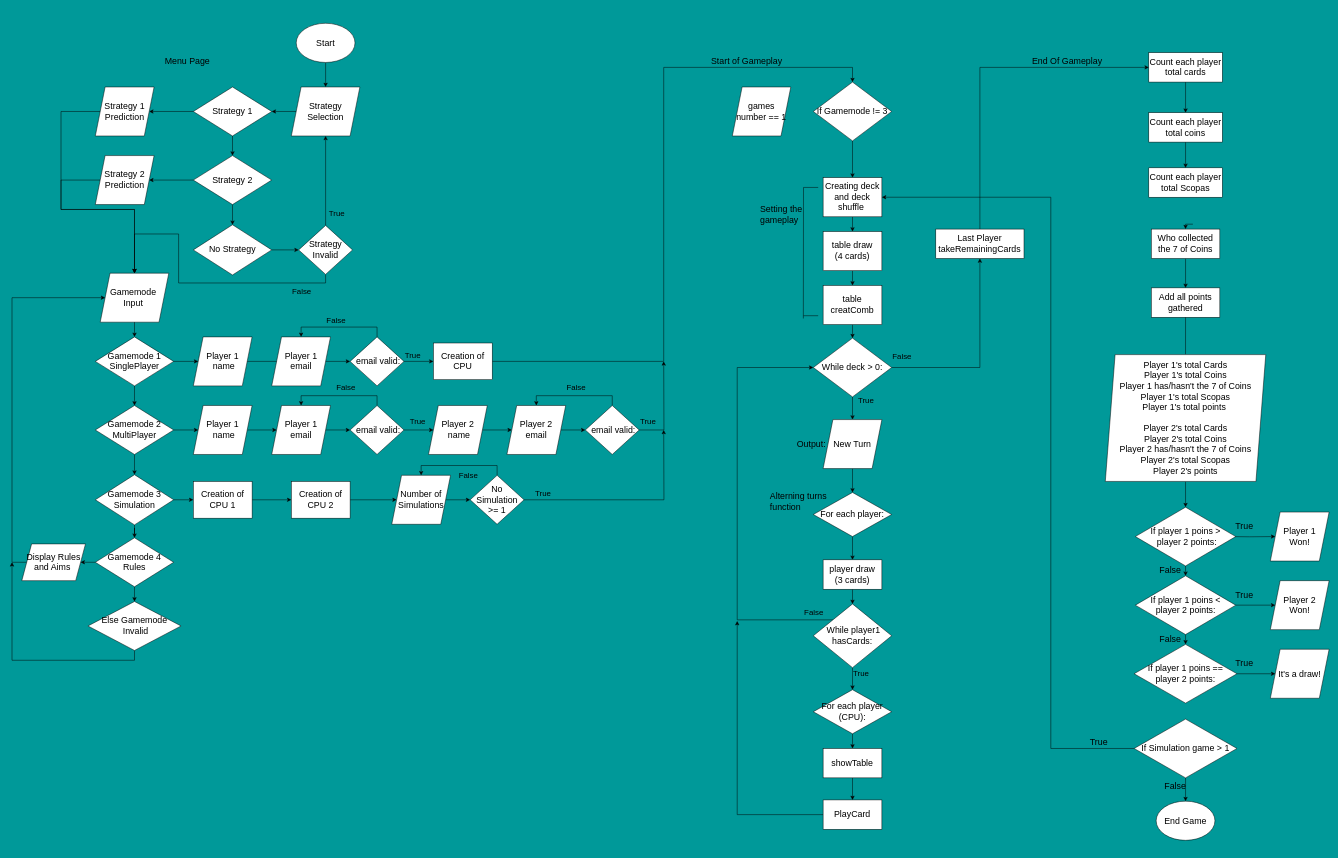
Before: page "Scopa Card Game" (1 of 5) of Scopa python game/Scopa Game flowchart/Scopa Game Flowchart.drawio in ABellassai/ACC-AlessandroB2, a draw.io diagram. Source tidied: cells renumbered, new cells numbered last; positions are measured from the earlier drawing's top-left corner, leaving out a move shared by most shapes. Both pictures are drawn from the tidied source at 49%, with x=0, y=0 at pixel (12, 23).
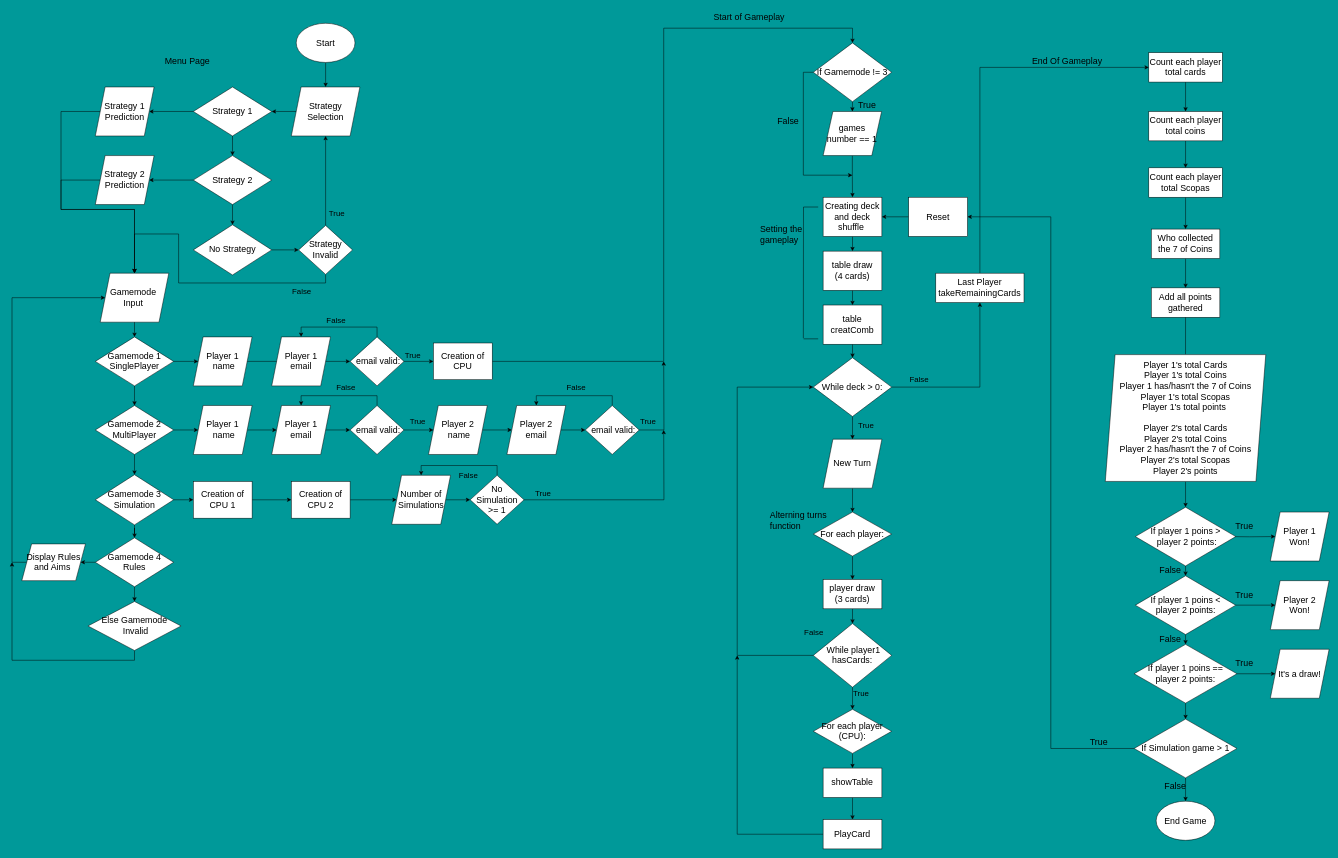
After the change.

The change refers to these unchanged cells:
```xml
<mxCell id="5" value="Creation of CPU" style="rounded=0;whiteSpace=wrap;html=1;fontSize=18;" parent="1" vertex="1">
  <mxGeometry x="860" y="652.5" width="120" height="75" as="geometry" />
</mxCell>
<mxCell id="90" value="Count each player total Scopas" style="rounded=0;whiteSpace=wrap;html=1;fontSize=18;" parent="1" vertex="1">
  <mxGeometry x="2320" y="295" width="150" height="60" as="geometry" />
</mxCell>
<mxCell id="101" value="&lt;span style=&quot;font-size: 18px;&quot;&gt;If player 1 poins == &lt;br&gt;player 2 points:&lt;/span&gt;" style="rhombus;whiteSpace=wrap;html=1;" parent="1" vertex="1">
  <mxGeometry x="2290" y="1267.5" width="210" height="120" as="geometry" />
</mxCell>
<mxCell id="116" value="Who collected the 7 of Coins" style="rounded=0;whiteSpace=wrap;html=1;fontSize=18;" parent="1" vertex="1">
  <mxGeometry x="2325" y="420" width="140" height="60" as="geometry" />
</mxCell>
<mxCell id="154" value="&lt;span style=&quot;font-size: 18px;&quot;&gt;If Simulation game &amp;gt; 1&lt;/span&gt;" style="rhombus;whiteSpace=wrap;html=1;" parent="1" vertex="1">
  <mxGeometry x="2290" y="1420" width="210" height="120" as="geometry" />
</mxCell>
```

Diff of the diagram source:
```diff
@@
     <mxCell id="4" style="edgeStyle=orthogonalEdgeStyle;rounded=0;jettySize=auto;html=1;exitX=1;exitY=0.5;exitDx=0;exitDy=0;entryX=0.5;entryY=0;entryDx=0;entryDy=0;" parent="1" edge="1" source="5" target="148">
       <mxGeometry relative="1" as="geometry">
         <Array as="points">
           <mxPoint x="1330" y="690" />
-          <mxPoint x="1330" y="90" />
-          <mxPoint x="1715" y="90" />
+          <mxPoint x="1330" y="10" />
+          <mxPoint x="1715" y="10" />
         </Array>
       </mxGeometry>
     </mxCell>
@@
     <mxCell id="77" value="Creating deck and deck shuffle&amp;nbsp;" style="rounded=0;whiteSpace=wrap;html=1;fontSize=18;" parent="1" vertex="1">
-      <mxGeometry x="1655.3" y="315" width="120" height="80" as="geometry" />
+      <mxGeometry x="1655.3" y="355" width="120" height="80" as="geometry" />
     </mxCell>
@@
     <mxCell id="79" value="table draw &lt;br&gt;(4 cards)" style="rounded=0;whiteSpace=wrap;html=1;fontSize=18;" parent="1" vertex="1">
-      <mxGeometry x="1655.3" y="425" width="120" height="80" as="geometry" />
+      <mxGeometry x="1655.3" y="465" width="120" height="80" as="geometry" />
     </mxCell>
@@
     <mxCell id="81" value="table creatComb" style="rounded=0;whiteSpace=wrap;html=1;fontSize=18;" parent="1" vertex="1">
-      <mxGeometry x="1655.3" y="535" width="120" height="80" as="geometry" />
+      <mxGeometry x="1655.3" y="575" width="120" height="80" as="geometry" />
     </mxCell>
@@
     <mxCell id="84" value="&lt;font style=&quot;font-size: 18px;&quot;&gt;While deck &amp;gt; 0:&lt;/font&gt;" style="rhombus;whiteSpace=wrap;html=1;" parent="1" vertex="1">
-      <mxGeometry x="1635.3" y="642.5" width="160" height="120" as="geometry" />
+      <mxGeometry x="1635.3" y="682.5" width="160" height="120" as="geometry" />
     </mxCell>
-    <mxCell id="85" style="edgeStyle=orthogonalEdgeStyle;rounded=0;jettySize=auto;html=1;entryX=0;entryY=0.5;entryDx=0;entryDy=0;fontSize=18;exitX=0;exitY=0;exitDx=0;exitDy=0;" parent="1" edge="1" source="111" target="84">
-      <mxGeometry relative="1" as="geometry">
-        <Array as="points">
-          <mxPoint x="1480" y="1217" />
-          <mxPoint x="1480" y="703" />
-        </Array>
-      </mxGeometry>
-    </mxCell>
     <mxCell id="86" value="Setting the gameplay" style="text;whiteSpace=wrap;html=1;fontSize=18;" parent="1" vertex="1">
-      <mxGeometry x="1525.3" y="362.5" width="120" height="50" as="geometry" />
+      <mxGeometry x="1525.3" y="402.5" width="120" height="50" as="geometry" />
     </mxCell>
@@
-    <mxCell id="89" style="edgeStyle=orthogonalEdgeStyle;rounded=0;jettySize=auto;html=1;entryX=0.5;entryY=0;entryDx=0;entryDy=0;" parent="1" edge="1" target="116">
-      <mxGeometry relative="1" as="geometry">
-        <mxPoint x="2410" y="410" as="sourcePoint" />
-      </mxGeometry>
-    </mxCell>
+    <mxCell id="157" style="edgeStyle=orthogonalEdgeStyle;rounded=0;jettySize=auto;html=1;exitX=0.5;exitY=1;exitDx=0;exitDy=0;entryX=0.5;entryY=0;entryDx=0;entryDy=0;" parent="1" edge="1" source="90" target="116">
+      <mxGeometry relative="1" as="geometry" />
+    </mxCell>
@@
     <mxCell id="92" value="Count each player total coins" style="rounded=0;whiteSpace=wrap;html=1;fontSize=18;" parent="1" vertex="1">
-      <mxGeometry x="2320" y="182.5" width="150" height="60" as="geometry" />
+      <mxGeometry x="2320" y="180" width="150" height="60" as="geometry" />
     </mxCell>
@@
+    <mxCell id="158" style="edgeStyle=orthogonalEdgeStyle;rounded=0;jettySize=auto;html=1;exitX=0.5;exitY=1;exitDx=0;exitDy=0;entryX=0.5;entryY=0;entryDx=0;entryDy=0;" parent="1" edge="1" source="101" target="154">
+      <mxGeometry relative="1" as="geometry" />
+    </mxCell>
@@
     <mxCell id="105" value="Alterning turns function" style="text;whiteSpace=wrap;html=1;fontSize=18;" parent="1" vertex="1">
-      <mxGeometry x="1545.3" y="947.5" width="120" height="50" as="geometry" />
+      <mxGeometry x="1545.3" y="987.5" width="120" height="50" as="geometry" />
     </mxCell>
     <mxCell id="106" value="&lt;font style=&quot;font-size: 16px;&quot;&gt;True&lt;/font&gt;" style="text;whiteSpace=wrap;html=1;fontSize=18;" parent="1" vertex="1">
-      <mxGeometry x="1725.3" y="752.5" width="50" height="30" as="geometry" />
+      <mxGeometry x="1724.7" y="802.5" width="50" height="30" as="geometry" />
     </mxCell>
     <mxCell id="107" value="&lt;font style=&quot;font-size: 16px;&quot;&gt;False&lt;/font&gt;" style="text;whiteSpace=wrap;html=1;fontSize=18;" parent="1" vertex="1">
-      <mxGeometry x="1795.3" y="662.5" width="50" height="30" as="geometry" />
+      <mxGeometry x="1830" y="710" width="50" height="30" as="geometry" />
     </mxCell>
@@
     <mxCell id="109" value="&lt;font style=&quot;font-size: 18px;&quot;&gt;For each player:&lt;/font&gt;" style="rhombus;whiteSpace=wrap;html=1;" parent="1" vertex="1">
-      <mxGeometry x="1635.3" y="957.5" width="160" height="90" as="geometry" />
+      <mxGeometry x="1635.3" y="997.5" width="160" height="90" as="geometry" />
     </mxCell>
@@
+    <mxCell id="85" style="edgeStyle=orthogonalEdgeStyle;rounded=0;jettySize=auto;html=1;exitX=0;exitY=0.5;exitDx=0;exitDy=0;entryX=0;entryY=0.5;entryDx=0;entryDy=0;" parent="1" edge="1" source="111" target="84">
+      <mxGeometry relative="1" as="geometry">
+        <Array as="points">
+          <mxPoint x="1480" y="1290" />
+          <mxPoint x="1480" y="743" />
+        </Array>
+      </mxGeometry>
+    </mxCell>
     <mxCell id="111" value="&lt;font style=&quot;font-size: 18px;&quot;&gt;&amp;nbsp;While player1 hasCards:&lt;/font&gt;" style="rhombus;whiteSpace=wrap;html=1;" parent="1" vertex="1">
-      <mxGeometry x="1635.3" y="1185" width="160" height="130" as="geometry" />
+      <mxGeometry x="1635.3" y="1225" width="160" height="130" as="geometry" />
     </mxCell>
     <mxCell id="112" value="&lt;font style=&quot;font-size: 16px;&quot;&gt;False&lt;/font&gt;" style="text;whiteSpace=wrap;html=1;fontSize=18;" parent="1" vertex="1">
-      <mxGeometry x="1615.3" y="1185" width="50" height="30" as="geometry" />
+      <mxGeometry x="1615.3" y="1225" width="50" height="30" as="geometry" />
     </mxCell>
@@
     <mxCell id="114" value="player draw &lt;br&gt;(3 cards)" style="rounded=0;whiteSpace=wrap;html=1;fontSize=18;" parent="1" vertex="1">
-      <mxGeometry x="1655.3" y="1095" width="120" height="60" as="geometry" />
+      <mxGeometry x="1655.3" y="1135" width="120" height="60" as="geometry" />
     </mxCell>
@@
     <mxCell id="118" style="edgeStyle=orthogonalEdgeStyle;rounded=0;jettySize=auto;html=1;exitX=0;exitY=0.5;exitDx=0;exitDy=0;" parent="1" edge="1" source="119">
       <mxGeometry relative="1" as="geometry">
-        <mxPoint x="1480" y="1220" as="targetPoint" />
+        <mxPoint x="1480" y="1290" as="targetPoint" />
         <Array as="points">
-          <mxPoint x="1480" y="1615" />
-          <mxPoint x="1480" y="1220" />
+          <mxPoint x="1480" y="1655" />
         </Array>
       </mxGeometry>
     </mxCell>
     <mxCell id="119" value="PlayCard" style="rounded=0;whiteSpace=wrap;html=1;fontSize=18;" parent="1" vertex="1">
-      <mxGeometry x="1655.3" y="1585" width="120" height="60" as="geometry" />
+      <mxGeometry x="1655.3" y="1625" width="120" height="60" as="geometry" />
     </mxCell>
@@
     <mxCell id="121" value="&lt;font style=&quot;font-size: 18px;&quot;&gt;For each player (CPU):&lt;/font&gt;" style="rhombus;whiteSpace=wrap;html=1;" parent="1" vertex="1">
-      <mxGeometry x="1635.3" y="1360" width="160" height="90" as="geometry" />
+      <mxGeometry x="1635.3" y="1400" width="160" height="90" as="geometry" />
     </mxCell>
@@
     <mxCell id="123" value="showTable" style="rounded=0;whiteSpace=wrap;html=1;fontSize=18;" parent="1" vertex="1">
-      <mxGeometry x="1655.3" y="1480" width="120" height="60" as="geometry" />
+      <mxGeometry x="1655.3" y="1520" width="120" height="60" as="geometry" />
     </mxCell>
@@
     <mxCell id="125" value="Last Player takeRemainingCards" style="rounded=0;whiteSpace=wrap;html=1;fontSize=18;" parent="1" vertex="1">
-      <mxGeometry x="1885.3" y="420" width="180" height="60" as="geometry" />
+      <mxGeometry x="1885.3" y="510" width="180" height="60" as="geometry" />
     </mxCell>
     <mxCell id="126" value="&lt;font style=&quot;font-size: 16px;&quot;&gt;True&lt;/font&gt;" style="text;whiteSpace=wrap;html=1;fontSize=18;" parent="1" vertex="1">
-      <mxGeometry x="1715.3" y="1310" width="50" height="30" as="geometry" />
+      <mxGeometry x="1715.3" y="1350" width="50" height="30" as="geometry" />
     </mxCell>
     <mxCell id="127" style="endArrow=none;html=1;rounded=0;" parent="1" edge="1">
       <mxGeometry relative="1" as="geometry">
-        <mxPoint x="1615" y="602.5" as="sourcePoint" />
-        <mxPoint x="1615.3" y="335" as="targetPoint" />
+        <mxPoint x="1615" y="642.5" as="sourcePoint" />
+        <mxPoint x="1615.3" y="375" as="targetPoint" />
       </mxGeometry>
     </mxCell>
     <mxCell id="128" style="endArrow=none;html=1;rounded=0;" parent="1" edge="1">
       <mxGeometry relative="1" as="geometry">
-        <mxPoint x="1615.3" y="335" as="sourcePoint" />
-        <mxPoint x="1645.3" y="335" as="targetPoint" />
+        <mxPoint x="1615.3" y="375" as="sourcePoint" />
+        <mxPoint x="1645.3" y="375" as="targetPoint" />
       </mxGeometry>
     </mxCell>
     <mxCell id="129" style="endArrow=none;html=1;rounded=0;" parent="1" edge="1">
       <mxGeometry relative="1" as="geometry">
-        <mxPoint x="1615.3" y="596.8" as="sourcePoint" />
-        <mxPoint x="1645.3" y="596.8" as="targetPoint" />
+        <mxPoint x="1615.3" y="644" as="sourcePoint" />
+        <mxPoint x="1645.3" y="644" as="targetPoint" />
       </mxGeometry>
     </mxCell>
@@
     <mxCell id="133" value="New Turn" style="shape=parallelogram;perimeter=parallelogramPerimeter;whiteSpace=wrap;html=1;fixedSize=1;fontSize=18;" parent="1" vertex="1">
-      <mxGeometry x="1655.3" y="808.8" width="120" height="100" as="geometry" />
+      <mxGeometry x="1655.3" y="848.8" width="120" height="100" as="geometry" />
     </mxCell>
@@
-    <mxCell id="137" value="Output:" style="text;whiteSpace=wrap;html=1;fontSize=18;" parent="1" vertex="1">
-      <mxGeometry x="1600.3" y="841.9" width="70" height="33.8" as="geometry" />
-    </mxCell>
     <mxCell id="138" value="Start of Gameplay" style="text;whiteSpace=wrap;html=1;fontSize=18;" parent="1" vertex="1">
-      <mxGeometry x="1425.3" y="60" width="240" height="30" as="geometry" />
+      <mxGeometry x="1430.3" y="-30" width="240" height="30" as="geometry" />
     </mxCell>
@@
+    <mxCell id="159" style="edgeStyle=orthogonalEdgeStyle;rounded=0;jettySize=auto;html=1;exitX=0.5;exitY=1;exitDx=0;exitDy=0;entryX=0.5;entryY=0;entryDx=0;entryDy=0;" parent="1" edge="1" source="146" target="77">
+      <mxGeometry relative="1" as="geometry" />
+    </mxCell>
     <mxCell id="146" value="games number == 1" style="shape=parallelogram;perimeter=parallelogramPerimeter;whiteSpace=wrap;html=1;fixedSize=1;fontSize=18;" parent="1" vertex="1">
-      <mxGeometry x="1470" y="130" width="119.4" height="100" as="geometry" />
+      <mxGeometry x="1655.3" y="180" width="119.4" height="90" as="geometry" />
     </mxCell>
-    <mxCell id="147" style="edgeStyle=orthogonalEdgeStyle;rounded=0;jettySize=auto;html=1;exitX=0.5;exitY=1;exitDx=0;exitDy=0;entryX=0.5;entryY=0;entryDx=0;entryDy=0;" parent="1" edge="1" source="148" target="77">
-      <mxGeometry relative="1" as="geometry" />
-    </mxCell>
+    <mxCell id="160" style="edgeStyle=orthogonalEdgeStyle;rounded=0;jettySize=auto;html=1;exitX=0.5;exitY=1;exitDx=0;exitDy=0;entryX=0.5;entryY=0;entryDx=0;entryDy=0;" parent="1" edge="1" source="148" target="146">
+      <mxGeometry relative="1" as="geometry" />
+    </mxCell>
+    <mxCell id="161" style="edgeStyle=orthogonalEdgeStyle;rounded=0;jettySize=auto;html=1;exitX=0;exitY=0.5;exitDx=0;exitDy=0;" parent="1" edge="1" source="148">
+      <mxGeometry relative="1" as="geometry">
+        <mxPoint x="1715" y="310" as="targetPoint" />
+        <Array as="points">
+          <mxPoint x="1615" y="100" />
+          <mxPoint x="1615" y="310" />
+          <mxPoint x="1715" y="310" />
+        </Array>
+      </mxGeometry>
+    </mxCell>
     <mxCell id="148" value="&lt;font style=&quot;font-size: 18px;&quot;&gt;If Gamemode != 3&lt;/font&gt;" style="rhombus;whiteSpace=wrap;html=1;" parent="1" vertex="1">
-      <mxGeometry x="1635.3" y="120" width="160" height="120" as="geometry" />
+      <mxGeometry x="1635.3" y="40" width="160" height="120" as="geometry" />
     </mxCell>
@@
-    <mxCell id="153" style="edgeStyle=orthogonalEdgeStyle;rounded=0;jettySize=auto;html=1;exitX=0;exitY=0.5;exitDx=0;exitDy=0;entryX=1;entryY=0.5;entryDx=0;entryDy=0;" parent="1" edge="1" source="154" target="77">
+    <mxCell id="153" style="edgeStyle=orthogonalEdgeStyle;rounded=0;jettySize=auto;html=1;exitX=0;exitY=0.5;exitDx=0;exitDy=0;entryX=1;entryY=0.5;entryDx=0;entryDy=0;" parent="1" edge="1" source="154" target="163">
       <mxGeometry relative="1" as="geometry">
         <Array as="points">
           <mxPoint x="2120" y="1480" />
-          <mxPoint x="2120" y="355" />
+          <mxPoint x="2120" y="395" />
         </Array>
       </mxGeometry>
     </mxCell>
@@
+    <mxCell id="162" style="edgeStyle=orthogonalEdgeStyle;rounded=0;jettySize=auto;html=1;entryX=1;entryY=0.5;entryDx=0;entryDy=0;" parent="1" edge="1" source="163" target="77">
+      <mxGeometry relative="1" as="geometry" />
+    </mxCell>
+    <mxCell id="163" value="Reset" style="rounded=0;whiteSpace=wrap;html=1;fontSize=18;" parent="1" vertex="1">
+      <mxGeometry x="1830" y="355" width="120" height="80" as="geometry" />
+    </mxCell>
+    <mxCell id="164" value="True" style="text;whiteSpace=wrap;html=1;fontSize=18;" parent="1" vertex="1">
+      <mxGeometry x="1725.3" y="150" width="64.7" height="30" as="geometry" />
+    </mxCell>
+    <mxCell id="165" value="False" style="text;whiteSpace=wrap;html=1;fontSize=18;" parent="1" vertex="1">
+      <mxGeometry x="1560" y="182.5" width="64.7" height="30" as="geometry" />
+    </mxCell>
```
